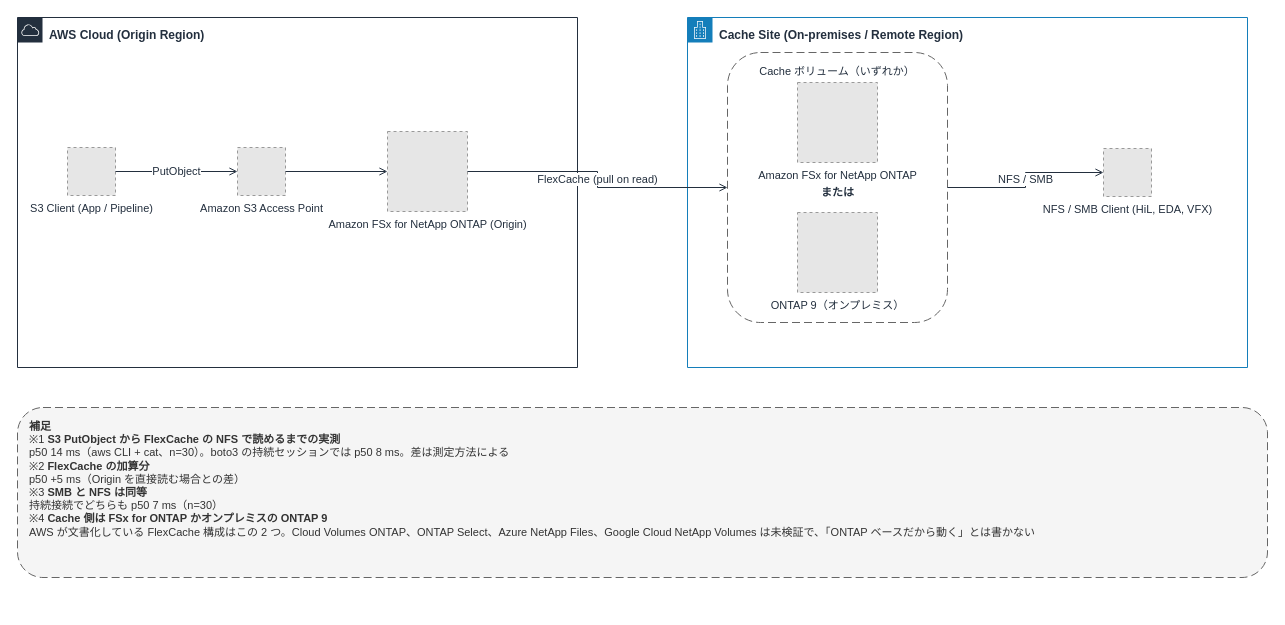
Yoshiki0705/S3-Burst-on-ONTAP-Files keeps this draw.io diagram as docs/_assets/diagrams/s3burst-architecture-overview.drawio. Above is the earlier version. Source tidied: cells renumbered, new cells numbered last; positions are measured from the earlier drawing's top-left corner, leaving out a move shared by most shapes. Both pictures are drawn from the tidied source at 100%, with x=0, y=0 at pixel (17, 17). Pictures stored in the file or linked from it are replaced by grey dashed boxes.
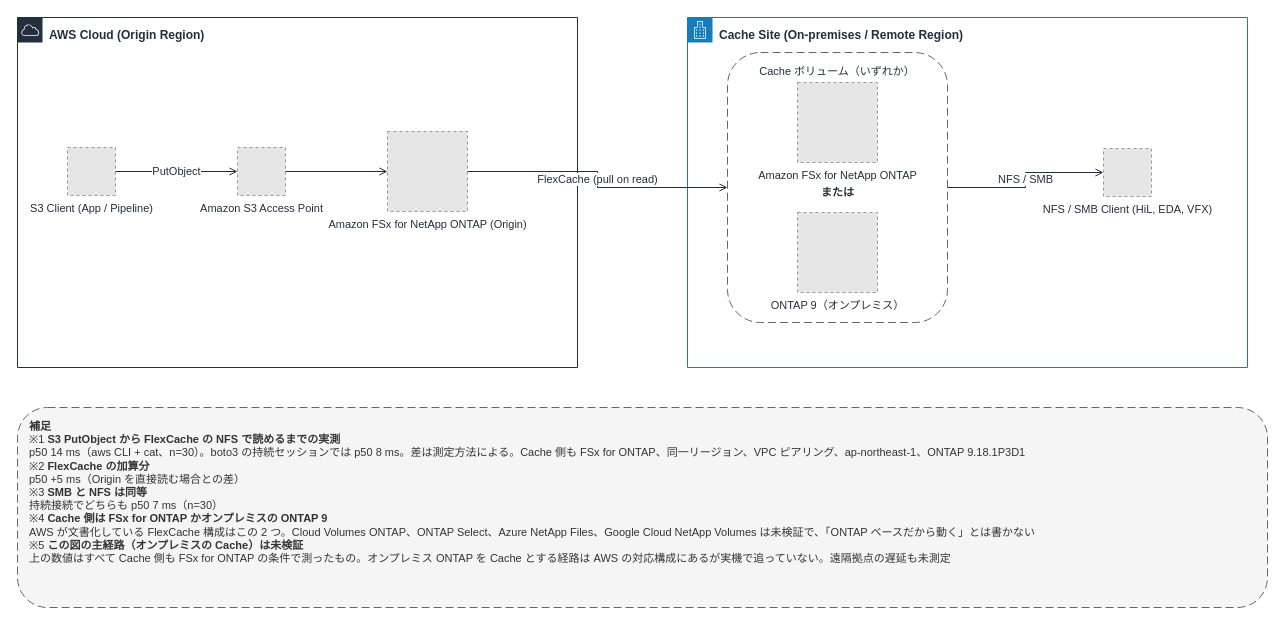
After the change.

Commit message (it also covers changes not shown here):
fix(diagrams): say in the figure that its main path is unverified

Change to the diagram source:
```diff
@@
 <mxGraphModel>
   <root>
     <mxCell id="0" />
     <mxCell id="1" parent="0" />
     <mxCell id="2" value="AWS Cloud (Origin Region)" style="gradientColor=none;html=1;whiteSpace=wrap;fontSize=12;fontStyle=1;fontColor=#232F3E;shape=mxgraph.aws4.group;grIcon=mxgraph.aws4.group_aws_cloud;strokeColor=#232F3E;fillColor=none;verticalAlign=top;align=left;spacingLeft=30;spacingTop=4;dashed=0;" parent="1" vertex="1">
       <mxGeometry width="560" height="350" as="geometry" />
     </mxCell>
     <mxCell id="3" value="Cache Site (On-premises / Remote Region)" style="gradientColor=none;html=1;whiteSpace=wrap;fontSize=12;fontStyle=1;fontColor=#232F3E;shape=mxgraph.aws4.group;grIcon=mxgraph.aws4.group_corporate_data_center;strokeColor=#147EBA;fillColor=none;verticalAlign=top;align=left;spacingLeft=30;spacingTop=4;dashed=0;" parent="1" vertex="1">
       <mxGeometry x="670" width="560" height="350" as="geometry" />
     </mxCell>
     <mxCell id="4" value="Cache ボリューム（いずれか）" style="rounded=1;whiteSpace=wrap;html=1;dashed=1;dashPattern=8 4;strokeColor=#666666;fillColor=none;fontColor=#232F3E;fontSize=11;verticalAlign=top;align=center;spacingTop=6;" parent="1" vertex="1">
       <mxGeometry x="710" y="35" width="220" height="270" as="geometry" />
     </mxCell>
     <mxCell id="5" value="または" style="text;html=1;strokeColor=none;fillColor=none;align=center;verticalAlign=middle;fontSize=11;fontStyle=1;fontColor=#232F3E;" parent="1" vertex="1">
       <mxGeometry x="770" y="165" width="100" height="20" as="geometry" />
     </mxCell>
     <mxCell id="6" value="S3 Client (App / Pipeline)" style="fillColor=#E6E6E6;strokeColor=#999999;dashed=1;html=1;verticalLabelPosition=bottom;verticalAlign=top;labelPosition=center;align=center;fontSize=11;fontColor=#232F3E;" parent="1" vertex="1">
       <mxGeometry x="50" y="130" width="48" height="48" as="geometry" />
     </mxCell>
     <mxCell id="7" value="Amazon S3 Access Point" style="fillColor=#E6E6E6;strokeColor=#999999;dashed=1;html=1;verticalLabelPosition=bottom;verticalAlign=top;labelPosition=center;align=center;fontSize=11;fontColor=#232F3E;" parent="1" vertex="1">
       <mxGeometry x="220" y="130" width="48" height="48" as="geometry" />
     </mxCell>
     <mxCell id="8" value="Amazon FSx for NetApp ONTAP (Origin)" style="fillColor=#E6E6E6;strokeColor=#999999;dashed=1;html=1;verticalLabelPosition=bottom;verticalAlign=top;labelPosition=center;align=center;fontSize=11;fontColor=#232F3E;" parent="1" vertex="1">
       <mxGeometry x="370" y="114" width="80" height="80" as="geometry" />
     </mxCell>
     <mxCell id="9" value="Amazon FSx for NetApp ONTAP" style="fillColor=#E6E6E6;strokeColor=#999999;dashed=1;html=1;verticalLabelPosition=bottom;verticalAlign=top;labelPosition=center;align=center;fontSize=11;fontColor=#232F3E;" parent="1" vertex="1">
       <mxGeometry x="780" y="65" width="80" height="80" as="geometry" />
     </mxCell>
     <mxCell id="10" value="ONTAP 9（オンプレミス）" style="fillColor=#E6E6E6;strokeColor=#999999;dashed=1;html=1;verticalLabelPosition=bottom;verticalAlign=top;labelPosition=center;align=center;fontSize=11;fontColor=#232F3E;" parent="1" vertex="1">
       <mxGeometry x="780" y="195" width="80" height="80" as="geometry" />
     </mxCell>
     <mxCell id="11" value="NFS / SMB Client (HiL, EDA, VFX)" style="fillColor=#E6E6E6;strokeColor=#999999;dashed=1;html=1;verticalLabelPosition=bottom;verticalAlign=top;labelPosition=center;align=center;fontSize=11;fontColor=#232F3E;" parent="1" vertex="1">
       <mxGeometry x="1086" y="131" width="48" height="48" as="geometry" />
     </mxCell>
     <mxCell id="12" value="PutObject" style="edgeStyle=orthogonalEdgeStyle;rounded=0;html=1;endArrow=open;endFill=0;strokeColor=#232F3E;strokeWidth=1;fontSize=11;fontColor=#232F3E;" parent="1" edge="1" source="6" target="7">
       <mxGeometry relative="1" as="geometry" />
     </mxCell>
     <mxCell id="13" style="edgeStyle=orthogonalEdgeStyle;rounded=0;html=1;endArrow=open;endFill=0;strokeColor=#232F3E;strokeWidth=1;fontSize=11;fontColor=#232F3E;" parent="1" edge="1" source="7" target="8">
       <mxGeometry relative="1" as="geometry" />
     </mxCell>
     <mxCell id="14" value="FlexCache (pull on read)" style="edgeStyle=orthogonalEdgeStyle;rounded=0;html=1;endArrow=open;endFill=0;strokeColor=#232F3E;strokeWidth=1;fontSize=11;fontColor=#232F3E;" parent="1" edge="1" source="8" target="4">
       <mxGeometry relative="1" as="geometry" />
     </mxCell>
     <mxCell id="15" value="NFS / SMB" style="edgeStyle=orthogonalEdgeStyle;rounded=0;html=1;endArrow=open;endFill=0;strokeColor=#232F3E;strokeWidth=1;fontSize=11;fontColor=#232F3E;" parent="1" edge="1" source="4" target="11">
       <mxGeometry relative="1" as="geometry" />
     </mxCell>
-    <mxCell id="16" value="&lt;b&gt;補足&lt;/b&gt;&lt;br&gt;※1 &lt;b&gt;S3 PutObject から FlexCache の NFS で読めるまでの実測&lt;/b&gt;&lt;br&gt;p50 14 ms（aws CLI + cat、n=30）。boto3 の持続セッションでは p50 8 ms。差は測定方法による&lt;br&gt;※2 &lt;b&gt;FlexCache の加算分&lt;/b&gt;&lt;br&gt;p50 +5 ms（Origin を直接読む場合との差）&lt;br&gt;※3 &lt;b&gt;SMB と NFS は同等&lt;/b&gt;&lt;br&gt;持続接続でどちらも p50 7 ms（n=30）&lt;br&gt;※4 &lt;b&gt;Cache 側は FSx for ONTAP かオンプレミスの ONTAP 9&lt;/b&gt;&lt;br&gt;AWS が文書化している FlexCache 構成はこの 2 つ。Cloud Volumes ONTAP、ONTAP Select、Azure NetApp Files、Google Cloud NetApp Volumes は未検証で、「ONTAP ベースだから動く」とは書かない" style="rounded=1;whiteSpace=wrap;html=1;dashed=1;dashPattern=8 4;strokeColor=#666666;fillColor=#F5F5F5;fontColor=#333333;fontSize=11;align=left;verticalAlign=top;spacingLeft=10;spacingTop=6;" parent="1" vertex="1">
-      <mxGeometry y="390" width="1250" height="170" as="geometry" />
+    <mxCell id="16" value="&lt;b&gt;補足&lt;/b&gt;&lt;br&gt;※1 &lt;b&gt;S3 PutObject から FlexCache の NFS で読めるまでの実測&lt;/b&gt;&lt;br&gt;p50 14 ms（aws CLI + cat、n=30）。boto3 の持続セッションでは p50 8 ms。差は測定方法による。Cache 側も FSx for ONTAP、同一リージョン、VPC ピアリング、ap-northeast-1、ONTAP 9.18.1P3D1&lt;br&gt;※2 &lt;b&gt;FlexCache の加算分&lt;/b&gt;&lt;br&gt;p50 +5 ms（Origin を直接読む場合との差）&lt;br&gt;※3 &lt;b&gt;SMB と NFS は同等&lt;/b&gt;&lt;br&gt;持続接続でどちらも p50 7 ms（n=30）&lt;br&gt;※4 &lt;b&gt;Cache 側は FSx for ONTAP かオンプレミスの ONTAP 9&lt;/b&gt;&lt;br&gt;AWS が文書化している FlexCache 構成はこの 2 つ。Cloud Volumes ONTAP、ONTAP Select、Azure NetApp Files、Google Cloud NetApp Volumes は未検証で、「ONTAP ベースだから動く」とは書かない&lt;br&gt;※5 &lt;b&gt;この図の主経路（オンプレミスの Cache）は未検証&lt;/b&gt;&lt;br&gt;上の数値はすべて Cache 側も FSx for ONTAP の条件で測ったもの。オンプレミス ONTAP を Cache とする経路は AWS の対応構成にあるが実機で追っていない。遠隔拠点の遅延も未測定" style="rounded=1;whiteSpace=wrap;html=1;dashed=1;dashPattern=8 4;strokeColor=#666666;fillColor=#F5F5F5;fontColor=#333333;fontSize=11;align=left;verticalAlign=top;spacingLeft=10;spacingTop=6;" parent="1" vertex="1">
+      <mxGeometry y="390" width="1250" height="200" as="geometry" />
     </mxCell>
   </root>
 </mxGraphModel>
```
